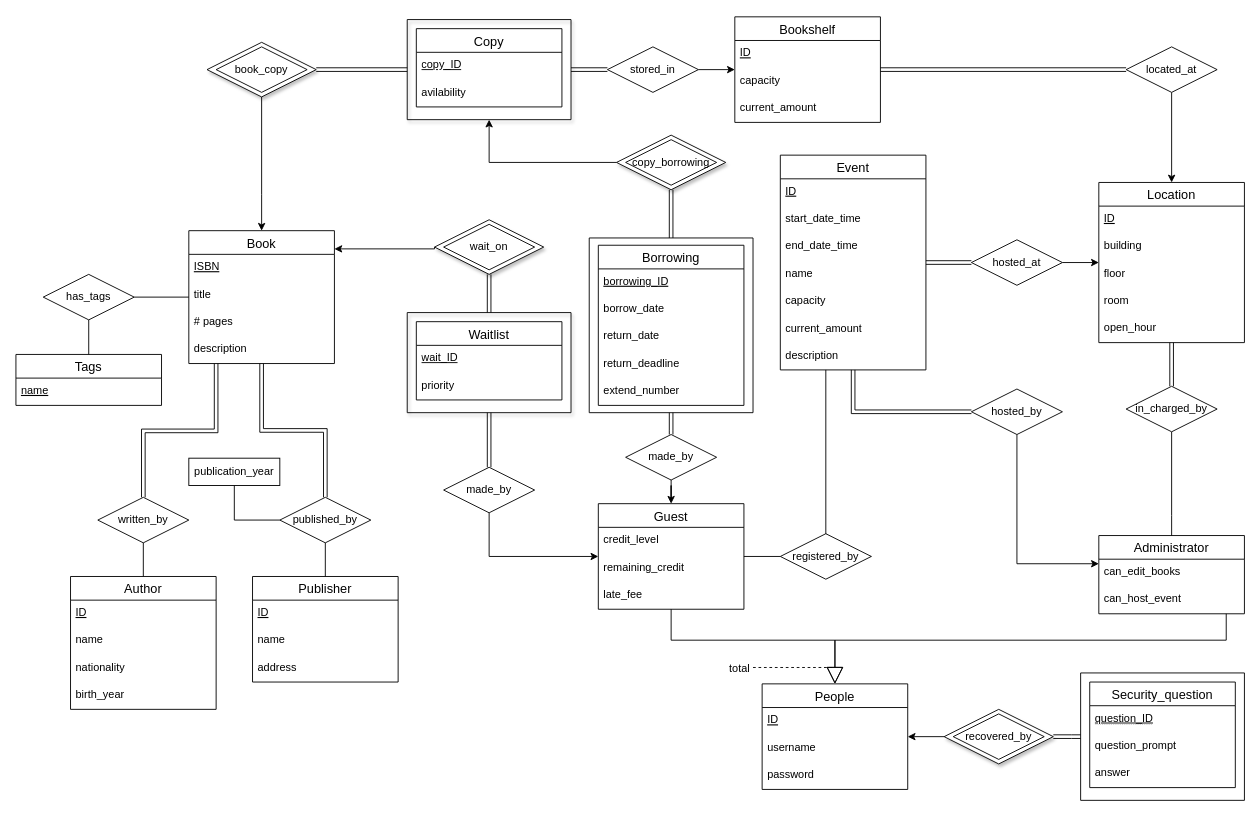
This is schema/er_diagram/ER_diagram_draft.drawio from Kassaking7/eLibraryManagementSystem, a draw.io file, before an edit. Source tidied: cells renumbered, new cells numbered last; positions are measured from the earlier drawing's top-left corner, leaving out a move shared by most shapes. Both pictures are drawn from the tidied source at 91%, with x=0, y=0 at pixel (15, 16).
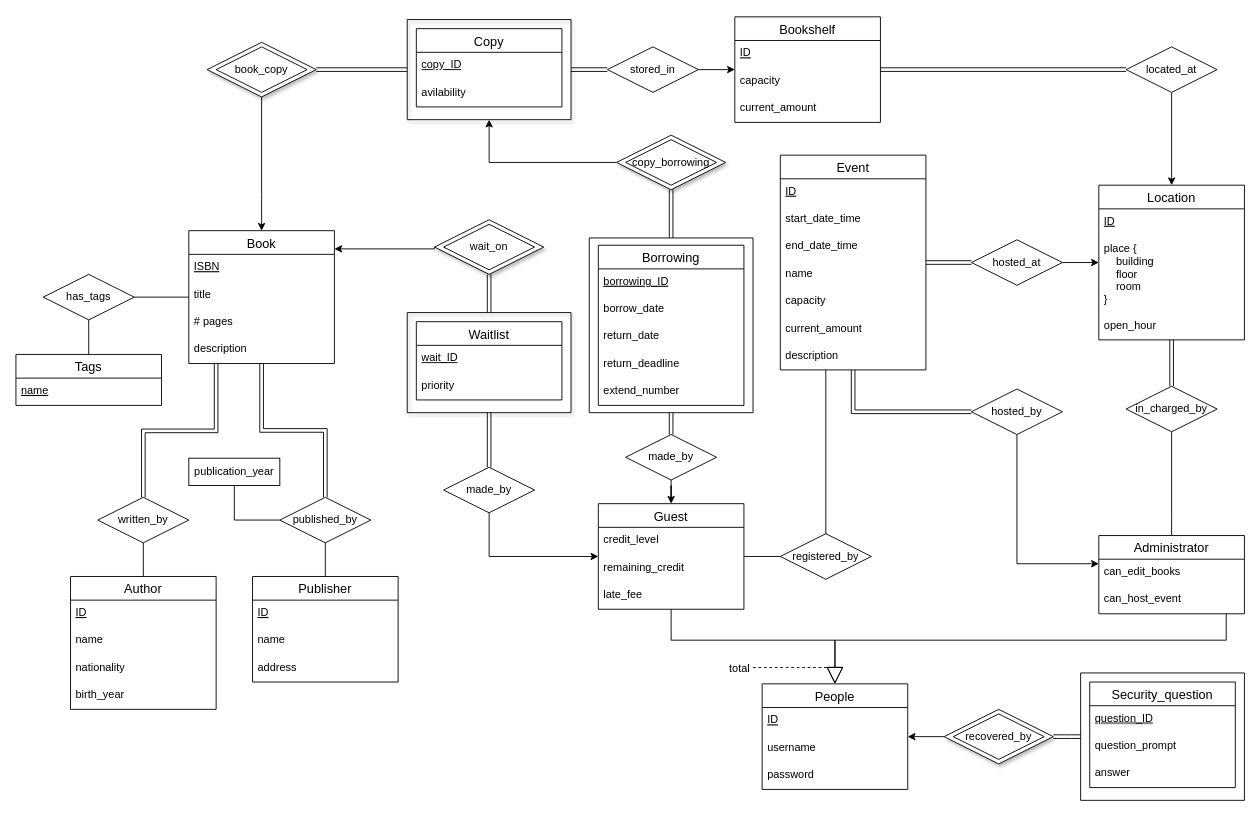
The same page after the edit.

Commit message (it also covers changes not shown here):
update ER diagram for composit attribute

Change to the diagram source:
```diff
@@
     <mxCell id="13" value="Location" style="swimlane;fontStyle=0;horizontal=1;startSize=26;align=center;fontSize=14;" parent="1" vertex="1">
-      <mxGeometry x="1190" y="182" width="160" height="176" as="geometry" />
+      <mxGeometry x="1190" y="185" width="160" height="170" as="geometry" />
     </mxCell>
@@
-    <mxCell id="15" value="building" style="text;strokeColor=none;fillColor=none;spacingLeft=4;spacingRight=4;overflow=hidden;fontSize=12;fontStyle=0;" parent="13" vertex="1">
-      <mxGeometry y="56" width="160" height="30" as="geometry" />
-    </mxCell>
-    <mxCell id="16" value="floor" style="text;strokeColor=none;fillColor=none;spacingLeft=4;spacingRight=4;overflow=hidden;fontSize=12;fontStyle=0;" parent="13" vertex="1">
-      <mxGeometry y="86" width="160" height="30" as="geometry" />
-    </mxCell>
-    <mxCell id="17" value="room" style="text;strokeColor=none;fillColor=none;spacingLeft=4;spacingRight=4;overflow=hidden;fontSize=12;fontStyle=0;" parent="13" vertex="1">
-      <mxGeometry y="116" width="160" height="30" as="geometry" />
-    </mxCell>
+    <mxCell id="122" value="place {&#10;    building&#10;    floor&#10;    room&#10;}" style="text;strokeColor=none;fillColor=none;spacingLeft=4;spacingRight=4;overflow=hidden;fontSize=12;fontStyle=0;" parent="13" vertex="1">
+      <mxGeometry y="56" width="160" height="84" as="geometry" />
+    </mxCell>
     <mxCell id="18" value="open_hour" style="text;strokeColor=none;fillColor=none;spacingLeft=4;spacingRight=4;overflow=hidden;fontSize=12;fontStyle=0;" parent="13" vertex="1">
-      <mxGeometry y="146" width="160" height="30" as="geometry" />
+      <mxGeometry y="140" width="160" height="30" as="geometry" />
     </mxCell>
```
